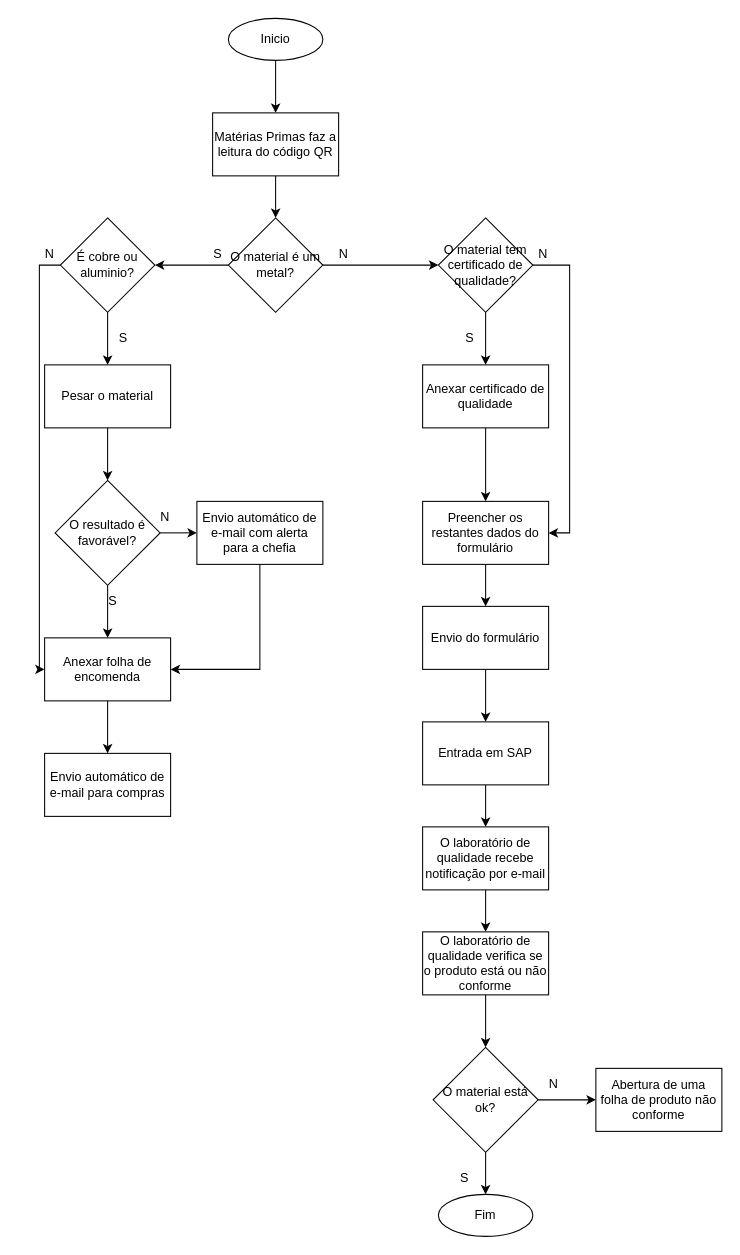
This is version2_armazem_sistema_final.drawio from roxanna-df/roxanna-df, a draw.io file, before an edit. Source tidied: cells renumbered, new cells numbered last; positions are measured from the earlier drawing's top-left corner, leaving out a move shared by most shapes. Both pictures are drawn from the tidied source at 105%, with x=0, y=0 at pixel (18, 18).
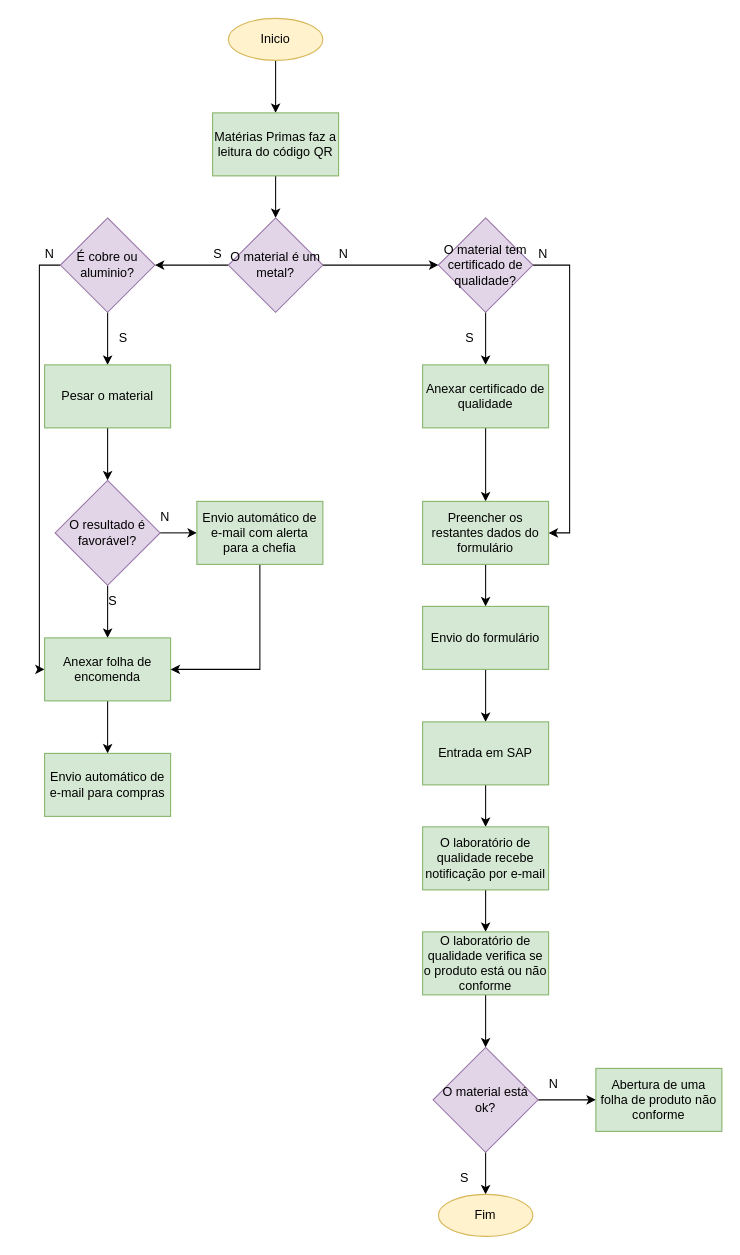
Above is the later version.

What changed in the source:
```diff
@@
-    <mxCell id="3" value="Inicio" style="ellipse;whiteSpace=wrap;html=1;" parent="1" vertex="1">
+    <mxCell id="3" value="Inicio" style="ellipse;whiteSpace=wrap;html=1;fillColor=#fff2cc;strokeColor=#d6b656;" parent="1" vertex="1">
       <mxGeometry x="200" width="90" height="40" as="geometry" />
     </mxCell>
@@
-    <mxCell id="5" value="Matérias Primas faz a leitura do código QR" style="rounded=0;whiteSpace=wrap;html=1;" parent="1" vertex="1">
+    <mxCell id="5" value="Matérias Primas faz a leitura do código QR" style="rounded=0;whiteSpace=wrap;html=1;fillColor=#d5e8d4;strokeColor=#82b366;" parent="1" vertex="1">
       <mxGeometry x="185" y="90" width="120" height="60" as="geometry" />
     </mxCell>
@@
-    <mxCell id="8" value="O material é um metal?" style="rhombus;whiteSpace=wrap;html=1;" parent="1" vertex="1">
+    <mxCell id="8" value="O material é um metal?" style="rhombus;whiteSpace=wrap;html=1;fillColor=#e1d5e7;strokeColor=#9673a6;" parent="1" vertex="1">
       <mxGeometry x="200" y="190" width="90" height="90" as="geometry" />
     </mxCell>
@@
-    <mxCell id="11" value="É cobre ou aluminio?" style="rhombus;whiteSpace=wrap;html=1;" parent="1" vertex="1">
+    <mxCell id="11" value="É cobre ou aluminio?" style="rhombus;whiteSpace=wrap;html=1;fillColor=#e1d5e7;strokeColor=#9673a6;" parent="1" vertex="1">
       <mxGeometry x="40" y="190" width="90" height="90" as="geometry" />
     </mxCell>
@@
-    <mxCell id="13" value="Pesar o material" style="rounded=0;whiteSpace=wrap;html=1;" parent="1" vertex="1">
+    <mxCell id="13" value="Pesar o material" style="rounded=0;whiteSpace=wrap;html=1;fillColor=#d5e8d4;strokeColor=#82b366;" parent="1" vertex="1">
       <mxGeometry x="25" y="330" width="120" height="60" as="geometry" />
     </mxCell>
@@
-    <mxCell id="16" value="O resultado é favorável?" style="rhombus;whiteSpace=wrap;html=1;" parent="1" vertex="1">
+    <mxCell id="16" value="O resultado é favorável?" style="rhombus;whiteSpace=wrap;html=1;fillColor=#e1d5e7;strokeColor=#9673a6;" parent="1" vertex="1">
       <mxGeometry x="35" y="440" width="100" height="100" as="geometry" />
     </mxCell>
@@
-    <mxCell id="19" value="O material tem certificado de qualidade?" style="rhombus;whiteSpace=wrap;html=1;" parent="1" vertex="1">
+    <mxCell id="19" value="O material tem certificado de qualidade?" style="rhombus;whiteSpace=wrap;html=1;fillColor=#e1d5e7;strokeColor=#9673a6;" parent="1" vertex="1">
       <mxGeometry x="400" y="190" width="90" height="90" as="geometry" />
     </mxCell>
@@
-    <mxCell id="21" value="Anexar certificado de qualidade" style="rounded=0;whiteSpace=wrap;html=1;" parent="1" vertex="1">
+    <mxCell id="21" value="Anexar certificado de qualidade" style="rounded=0;whiteSpace=wrap;html=1;fillColor=#d5e8d4;strokeColor=#82b366;" parent="1" vertex="1">
       <mxGeometry x="385" y="330" width="120" height="60" as="geometry" />
     </mxCell>
@@
-    <mxCell id="23" value="Preencher os restantes dados do formulário" style="rounded=0;whiteSpace=wrap;html=1;" parent="1" vertex="1">
+    <mxCell id="23" value="Preencher os restantes dados do formulário" style="rounded=0;whiteSpace=wrap;html=1;fillColor=#d5e8d4;strokeColor=#82b366;" parent="1" vertex="1">
       <mxGeometry x="385" y="460" width="120" height="60" as="geometry" />
     </mxCell>
@@
-    <mxCell id="25" value="Anexar folha de encomenda" style="rounded=0;whiteSpace=wrap;html=1;" parent="1" vertex="1">
+    <mxCell id="25" value="Anexar folha de encomenda" style="rounded=0;whiteSpace=wrap;html=1;fillColor=#d5e8d4;strokeColor=#82b366;" parent="1" vertex="1">
       <mxGeometry x="25" y="590" width="120" height="60" as="geometry" />
     </mxCell>
@@
-    <mxCell id="27" value="Envio automático de e-mail com alerta para a chefia" style="rounded=0;whiteSpace=wrap;html=1;" parent="1" vertex="1">
+    <mxCell id="27" value="Envio automático de e-mail com alerta para a chefia" style="rounded=0;whiteSpace=wrap;html=1;fillColor=#d5e8d4;strokeColor=#82b366;" parent="1" vertex="1">
       <mxGeometry x="170" y="460" width="120" height="60" as="geometry" />
     </mxCell>
-    <mxCell id="28" value="Envio automático de e-mail para compras" style="rounded=0;whiteSpace=wrap;html=1;" parent="1" vertex="1">
+    <mxCell id="28" value="Envio automático de e-mail para compras" style="rounded=0;whiteSpace=wrap;html=1;fillColor=#d5e8d4;strokeColor=#82b366;" parent="1" vertex="1">
       <mxGeometry x="25" y="700" width="120" height="60" as="geometry" />
     </mxCell>
@@
-    <mxCell id="30" value="Envio do formulário" style="rounded=0;whiteSpace=wrap;html=1;" parent="1" vertex="1">
+    <mxCell id="30" value="Envio do formulário" style="rounded=0;whiteSpace=wrap;html=1;fillColor=#d5e8d4;strokeColor=#82b366;" parent="1" vertex="1">
       <mxGeometry x="385" y="560" width="120" height="60" as="geometry" />
     </mxCell>
@@
-    <mxCell id="32" value="Entrada em SAP" style="rounded=0;whiteSpace=wrap;html=1;" parent="1" vertex="1">
+    <mxCell id="32" value="Entrada em SAP" style="rounded=0;whiteSpace=wrap;html=1;fillColor=#d5e8d4;strokeColor=#82b366;" parent="1" vertex="1">
       <mxGeometry x="385" y="670" width="120" height="60" as="geometry" />
     </mxCell>
@@
-    <mxCell id="34" value="O laboratório de qualidade recebe notificação por e-mail" style="rounded=0;whiteSpace=wrap;html=1;" parent="1" vertex="1">
+    <mxCell id="34" value="O laboratório de qualidade recebe notificação por e-mail" style="rounded=0;whiteSpace=wrap;html=1;fillColor=#d5e8d4;strokeColor=#82b366;" parent="1" vertex="1">
       <mxGeometry x="385" y="770" width="120" height="60" as="geometry" />
     </mxCell>
@@
-    <mxCell id="36" value="O laboratório de qualidade verifica se o produto está ou não conforme" style="rounded=0;whiteSpace=wrap;html=1;" parent="1" vertex="1">
+    <mxCell id="36" value="O laboratório de qualidade verifica se o produto está ou não conforme" style="rounded=0;whiteSpace=wrap;html=1;fillColor=#d5e8d4;strokeColor=#82b366;" parent="1" vertex="1">
       <mxGeometry x="385" y="870" width="120" height="60" as="geometry" />
     </mxCell>
@@
-    <mxCell id="39" value="O material está ok?" style="rhombus;whiteSpace=wrap;html=1;" parent="1" vertex="1">
+    <mxCell id="39" value="O material está ok?" style="rhombus;whiteSpace=wrap;html=1;fillColor=#e1d5e7;strokeColor=#9673a6;" parent="1" vertex="1">
       <mxGeometry x="395" y="980" width="100" height="100" as="geometry" />
     </mxCell>
-    <mxCell id="40" value="Fim" style="ellipse;whiteSpace=wrap;html=1;" parent="1" vertex="1">
+    <mxCell id="40" value="Fim" style="ellipse;whiteSpace=wrap;html=1;fillColor=#fff2cc;strokeColor=#d6b656;" parent="1" vertex="1">
       <mxGeometry x="400" y="1120" width="90" height="40" as="geometry" />
     </mxCell>
-    <mxCell id="41" value="Abertura de uma folha de produto não conforme" style="rounded=0;whiteSpace=wrap;html=1;" parent="1" vertex="1">
+    <mxCell id="41" value="Abertura de uma folha de produto não conforme" style="rounded=0;whiteSpace=wrap;html=1;fillColor=#d5e8d4;strokeColor=#82b366;" parent="1" vertex="1">
       <mxGeometry x="550" y="1000" width="120" height="60" as="geometry" />
     </mxCell>
```
